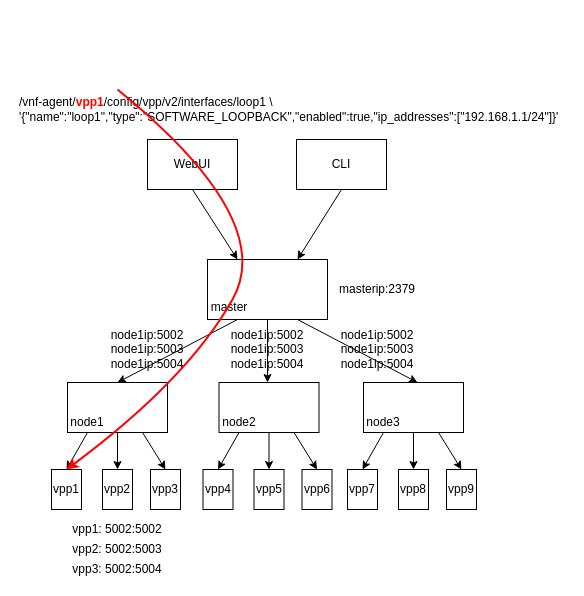
Above: portmap.drawio in ctimbai/draw.io (draw.io), before the change. Source tidied: cells renumbered, new cells numbered last; positions are measured from the earlier drawing's top-left corner, leaving out a move shared by most shapes. Both pictures are drawn from the tidied source at 100%, with x=0, y=0 at pixel (17, 89).
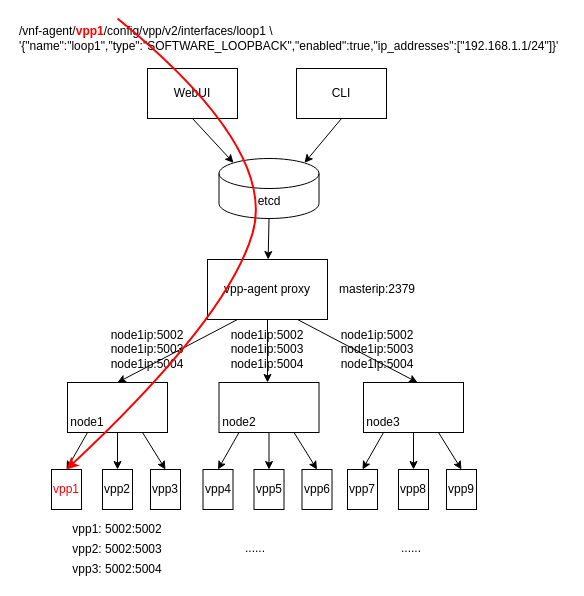
After the change.

What changed in the source:
```diff
@@
-    <mxCell id="2" style="edgeStyle=none;rounded=0;jettySize=auto;html=1;exitX=0.5;exitY=1;exitDx=0;exitDy=0;entryX=0.25;entryY=0;entryDx=0;entryDy=0;" parent="1" edge="1" source="3" target="9">
-      <mxGeometry relative="1" as="geometry" />
-    </mxCell>
+    <mxCell id="45" style="rounded=0;jettySize=auto;html=1;exitX=0.5;exitY=1;exitDx=0;exitDy=0;entryX=0.145;entryY=0;entryDx=0;entryDy=4.35;entryPerimeter=0;" parent="1" edge="1" source="3" target="48">
+      <mxGeometry relative="1" as="geometry" />
+    </mxCell>
     <mxCell id="3" value="WebUI" style="rounded=0;whiteSpace=wrap;html=1;" parent="1" vertex="1">
-      <mxGeometry x="130" y="50" width="90" height="50" as="geometry" />
+      <mxGeometry x="130" y="-21" width="90" height="50" as="geometry" />
     </mxCell>
-    <mxCell id="4" style="edgeStyle=none;rounded=0;jettySize=auto;html=1;exitX=0.5;exitY=1;exitDx=0;exitDy=0;entryX=0.75;entryY=0;entryDx=0;entryDy=0;" parent="1" edge="1" source="5" target="9">
-      <mxGeometry relative="1" as="geometry" />
-    </mxCell>
+    <mxCell id="46" style="edgeStyle=none;rounded=0;jettySize=auto;html=1;exitX=0.5;exitY=1;exitDx=0;exitDy=0;entryX=0.855;entryY=0;entryDx=0;entryDy=4.35;entryPerimeter=0;" parent="1" edge="1" source="5" target="48">
+      <mxGeometry relative="1" as="geometry" />
+    </mxCell>
     <mxCell id="5" value="CLI" style="rounded=0;whiteSpace=wrap;html=1;" parent="1" vertex="1">
-      <mxGeometry x="279" y="50" width="90" height="50" as="geometry" />
+      <mxGeometry x="279" y="-21" width="90" height="50" as="geometry" />
     </mxCell>
@@
-    <mxCell id="9" style="rounded=0;whiteSpace=wrap;html=1;" parent="1" vertex="1">
+    <mxCell id="9" value="vpp-agent proxy" style="rounded=0;whiteSpace=wrap;html=1;" parent="1" vertex="1">
       <mxGeometry x="190" y="170" width="120" height="60" as="geometry" />
     </mxCell>
-    <mxCell id="10" value="master" style="text;html=1;strokeColor=none;fillColor=none;align=center;verticalAlign=middle;whiteSpace=wrap;rounded=0;" parent="1" vertex="1">
-      <mxGeometry x="192" y="208" width="40" height="20" as="geometry" />
-    </mxCell>
@@
-    <mxCell id="20" value="vpp1" style="rounded=0;whiteSpace=wrap;html=1;" parent="1" vertex="1">
+    <mxCell id="20" value="&lt;font color=&quot;#ff0000&quot;&gt;vpp1&lt;/font&gt;" style="rounded=0;whiteSpace=wrap;html=1;" parent="1" vertex="1">
       <mxGeometry x="34" y="380" width="30" height="40" as="geometry" />
     </mxCell>
@@
     <mxCell id="42" value="&lt;div&gt;/vnf-agent/&lt;font color=&quot;#ff0000&quot;&gt;&lt;b&gt;vpp1&lt;/b&gt;&lt;/font&gt;/config/vpp/v2/interfaces/loop1 \&lt;/div&gt;&lt;div&gt;'{&quot;name&quot;:&quot;loop1&quot;,&quot;type&quot;:&quot;SOFTWARE_LOOPBACK&quot;,&quot;enabled&quot;:true,&quot;ip_addresses&quot;:[&quot;192.168.1.1/24&quot;]}'&lt;/div&gt;" style="text;html=1;strokeColor=none;fillColor=none;align=left;verticalAlign=middle;whiteSpace=wrap;rounded=0;" parent="1" vertex="1">
-      <mxGeometry y="10" width="550" height="20" as="geometry" />
+      <mxGeometry y="-61" width="550" height="20" as="geometry" />
     </mxCell>
@@
+    <mxCell id="47" style="edgeStyle=none;rounded=0;jettySize=auto;html=1;exitX=0.5;exitY=1;exitDx=0;exitDy=0;exitPerimeter=0;" parent="1" edge="1" source="48" target="9">
+      <mxGeometry relative="1" as="geometry" />
+    </mxCell>
+    <mxCell id="48" value="etcd" style="shape=cylinder3;whiteSpace=wrap;html=1;boundedLbl=1;backgroundOutline=1;size=15;" parent="1" vertex="1">
+      <mxGeometry x="201.5" y="69" width="100" height="60" as="geometry" />
+    </mxCell>
+    <mxCell id="49" value="......" style="text;html=1;strokeColor=none;fillColor=none;align=center;verticalAlign=middle;whiteSpace=wrap;rounded=0;" parent="1" vertex="1">
+      <mxGeometry x="190" y="449" width="96" height="20" as="geometry" />
+    </mxCell>
+    <mxCell id="50" value="......" style="text;html=1;strokeColor=none;fillColor=none;align=center;verticalAlign=middle;whiteSpace=wrap;rounded=0;" parent="1" vertex="1">
+      <mxGeometry x="346" y="449" width="96" height="20" as="geometry" />
+    </mxCell>
     <mxCell id="44" style="curved=1;endArrow=classic;html=1;entryX=0.5;entryY=0;entryDx=0;entryDy=0;strokeWidth=2;strokeColor=#FF0000;" parent="1" edge="1" target="20">
       <mxGeometry relative="1" as="geometry">
-        <mxPoint x="100" as="sourcePoint" />
+        <mxPoint x="100" y="-71" as="sourcePoint" />
         <Array as="points">
-          <mxPoint x="260" y="130" />
-          <mxPoint x="170" y="290" />
+          <mxPoint x="260" y="59" />
+          <mxPoint x="210" y="229" />
         </Array>
       </mxGeometry>
     </mxCell>
```
